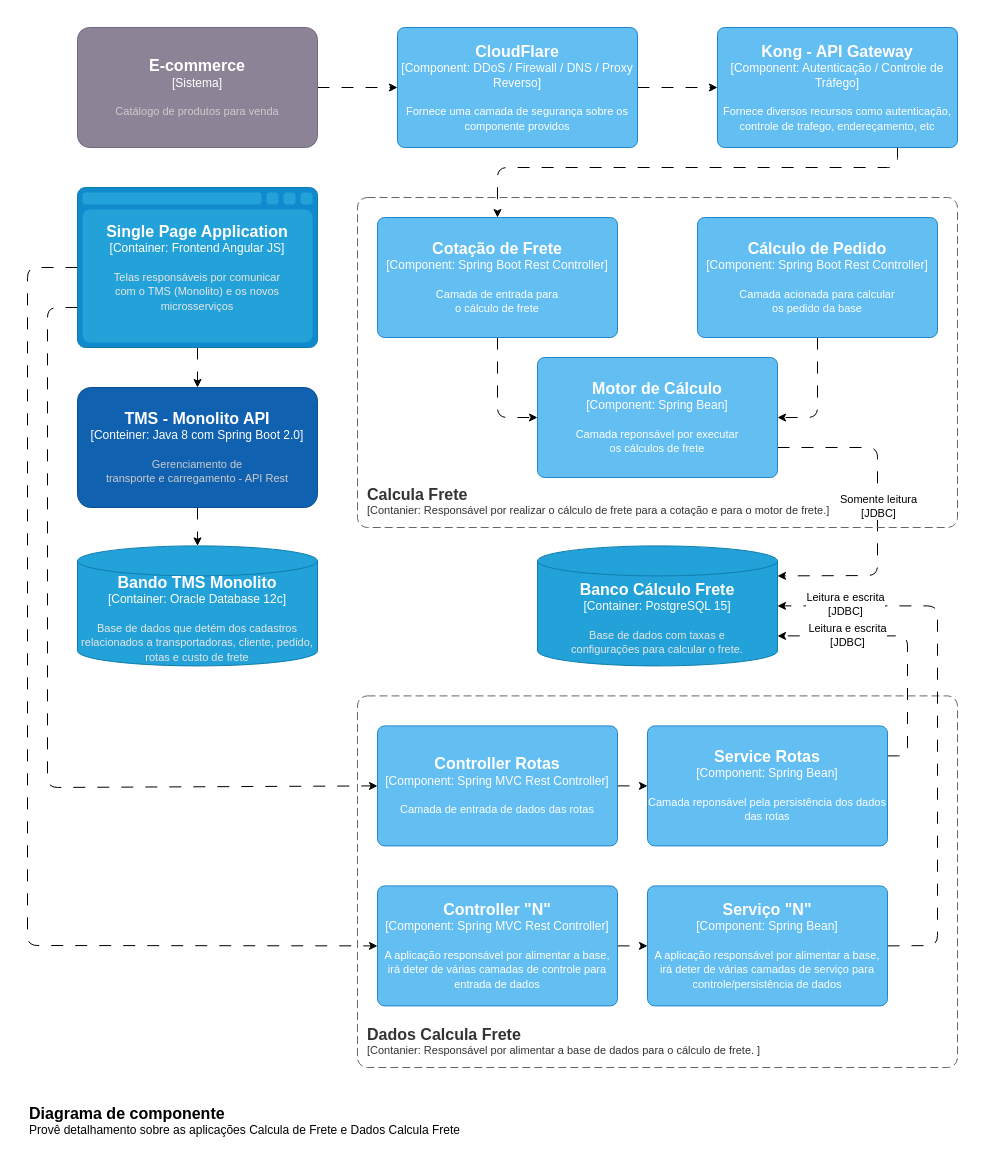
Earlier version of the draw.io diagram diagramas/component.drawio (EdiPSilva/puc-minas-arquitetura-de-software). Source tidied: cells renumbered, new cells numbered last; positions are measured from the earlier drawing's top-left corner, leaving out a move shared by most shapes. Both pictures are drawn from the tidied source at 100%, with x=0, y=0 at pixel (17, 17).
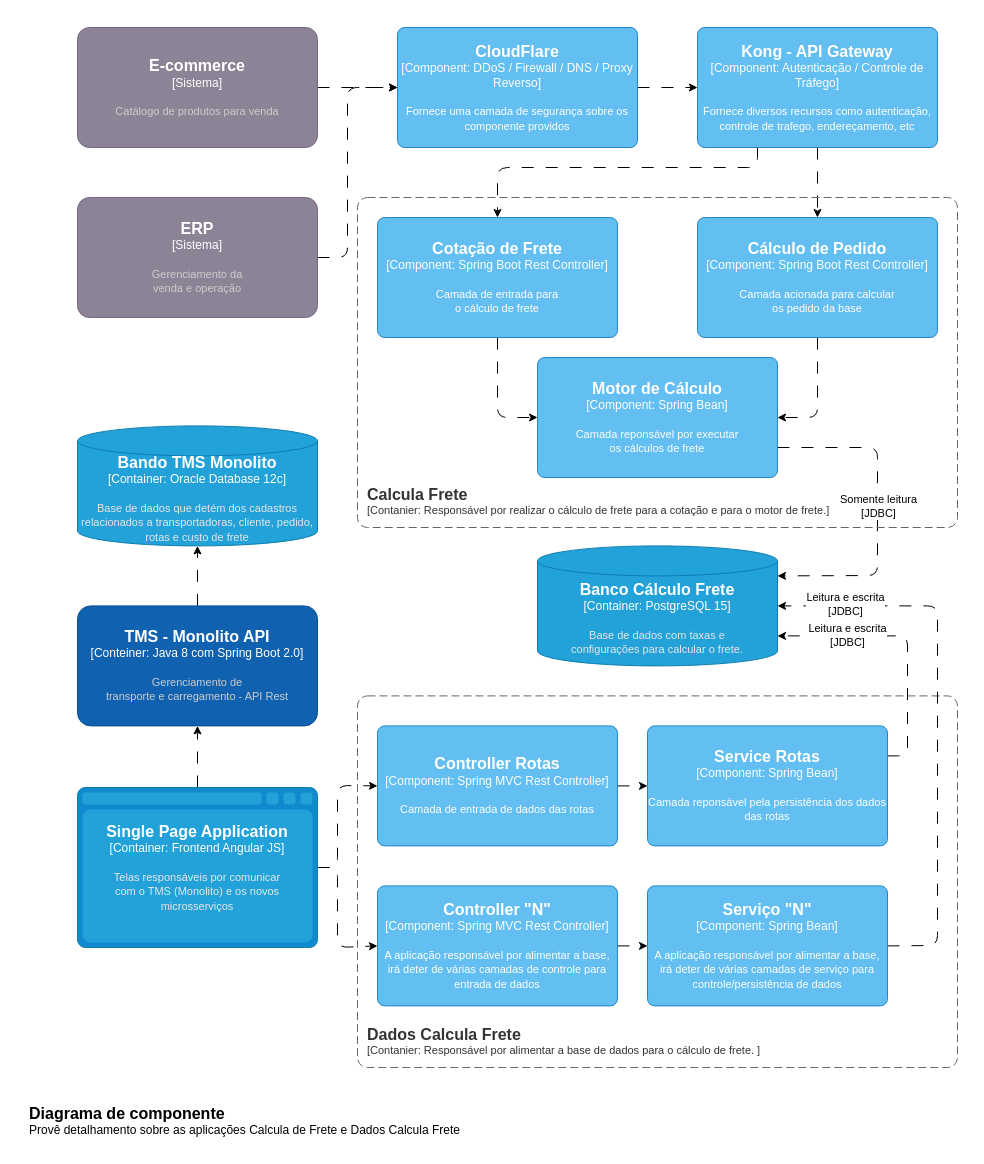
Above is the later version.

Commit message (it also covers changes not shown here):
revisando diagramas

Unchanged cells that the change refers to:
```xml
<object id="4" label="&lt;font style=&quot;font-size: 16px&quot;&gt;&lt;b&gt;%c4Name%&lt;/b&gt;&lt;/font&gt;&lt;div&gt;[%c4Type%: %c4Technology%]&lt;/div&gt;&lt;br&gt;&lt;div&gt;&lt;font style=&quot;font-size: 11px&quot;&gt;%c4Description%&lt;/font&gt;&lt;/div&gt;" c4Description="Fornece uma camada de segurança sobre os componente providos" c4Name="CloudFlare" c4Technology="DDoS / Firewall / DNS / Proxy Reverso" c4Type="Component" placeholders="1">
  <mxCell style="rounded=1;whiteSpace=wrap;html=1;labelBackgroundColor=none;fillColor=#63BEF2;fontColor=#ffffff;align=center;arcSize=6;strokeColor=#2086C9;points=[[0.25,0,0],[0.5,0,0],[0.75,0,0],[1,0.25,0],[1,0.5,0],[1,0.75,0],[0.75,1,0],[0.5,1,0],[0.25,1,0],[0,0.75,0],[0,0.5,0],[0,0.25,0]];" parent="1" vertex="1">
    <mxGeometry x="380" y="10" width="240" height="120" as="geometry" />
  </mxCell>
</object>
<object id="18" label="&lt;font style=&quot;font-size: 16px&quot;&gt;&lt;b&gt;%c4Name%&lt;/b&gt;&lt;/font&gt;&lt;div&gt;[%c4Type%: %c4Technology%]&lt;/div&gt;&lt;br&gt;&lt;div&gt;&lt;font style=&quot;font-size: 11px&quot;&gt;%c4Description%&lt;/font&gt;&lt;/div&gt;" c4Description="Camada de entrada para&#10;o cálculo de frete" c4Name="Cotação de Frete" c4Technology="Spring Boot Rest Controller" c4Type="Component" placeholders="1">
  <mxCell style="rounded=1;whiteSpace=wrap;html=1;labelBackgroundColor=none;fillColor=#63BEF2;fontColor=#ffffff;align=center;arcSize=6;strokeColor=#2086C9;points=[[0.25,0,0],[0.5,0,0],[0.75,0,0],[1,0.25,0],[1,0.5,0],[1,0.75,0],[0.75,1,0],[0.5,1,0],[0.25,1,0],[0,0.75,0],[0,0.5,0],[0,0.25,0]];" parent="1" vertex="1">
    <mxGeometry x="360" y="200" width="240" height="120" as="geometry" />
  </mxCell>
</object>
<object id="20" label="&lt;font style=&quot;font-size: 16px&quot;&gt;&lt;b&gt;%c4Name%&lt;/b&gt;&lt;/font&gt;&lt;div&gt;[%c4Type%: %c4Technology%]&lt;/div&gt;&lt;br&gt;&lt;div&gt;&lt;font style=&quot;font-size: 11px&quot;&gt;%c4Description%&lt;/font&gt;&lt;/div&gt;" c4Description="Camada acionada para calcular&#10;os pedido da base" c4Name="Cálculo de Pedido" c4Technology="Spring Boot Rest Controller" c4Type="Component" placeholders="1">
  <mxCell style="rounded=1;whiteSpace=wrap;html=1;labelBackgroundColor=none;fillColor=#63BEF2;fontColor=#ffffff;align=center;arcSize=6;strokeColor=#2086C9;points=[[0.25,0,0],[0.5,0,0],[0.75,0,0],[1,0.25,0],[1,0.5,0],[1,0.75,0],[0.75,1,0],[0.5,1,0],[0.25,1,0],[0,0.75,0],[0,0.5,0],[0,0.25,0]];" parent="1" vertex="1">
    <mxGeometry x="680" y="200" width="240" height="120" as="geometry" />
  </mxCell>
</object>
<object id="26" label="&lt;font style=&quot;font-size: 16px&quot;&gt;&lt;b&gt;%c4Name%&lt;/b&gt;&lt;/font&gt;&lt;div&gt;[%c4Type%: %c4Technology%]&lt;/div&gt;&lt;br&gt;&lt;div&gt;&lt;font style=&quot;font-size: 11px&quot;&gt;%c4Description%&lt;/font&gt;&lt;/div&gt;" c4Description="Camada de entrada de dados das rotas" c4Name="Controller Rotas" c4Technology="Spring MVC Rest Controller" c4Type="Component" placeholders="1">
  <mxCell style="rounded=1;whiteSpace=wrap;html=1;labelBackgroundColor=none;fillColor=#63BEF2;fontColor=#ffffff;align=center;arcSize=6;strokeColor=#2086C9;points=[[0.25,0,0],[0.5,0,0],[0.75,0,0],[1,0.25,0],[1,0.5,0],[1,0.75,0],[0.75,1,0],[0.5,1,0],[0.25,1,0],[0,0.75,0],[0,0.5,0],[0,0.25,0]];" parent="1" vertex="1">
    <mxGeometry x="360" y="708.4" width="240" height="120" as="geometry" />
  </mxCell>
</object>
<object id="31" label="&lt;font style=&quot;font-size: 16px&quot;&gt;&lt;b&gt;%c4Name%&lt;/b&gt;&lt;/font&gt;&lt;div&gt;[%c4Type%: %c4Technology%]&lt;/div&gt;&lt;br&gt;&lt;div&gt;&lt;font style=&quot;font-size: 11px&quot;&gt;%c4Description%&lt;/font&gt;&lt;/div&gt;" c4Description="A aplicação responsável por alimentar a base, irá deter de várias camadas de controle para entrada de dados" c4Name="Controller &quot;N&quot;" c4Technology="Spring MVC Rest Controller" c4Type="Component" placeholders="1">
  <mxCell style="rounded=1;whiteSpace=wrap;html=1;labelBackgroundColor=none;fillColor=#63BEF2;fontColor=#ffffff;align=center;arcSize=6;strokeColor=#2086C9;points=[[0.25,0,0],[0.5,0,0],[0.75,0,0],[1,0.25,0],[1,0.5,0],[1,0.75,0],[0.75,1,0],[0.5,1,0],[0.25,1,0],[0,0.75,0],[0,0.5,0],[0,0.25,0]];" parent="1" vertex="1">
    <mxGeometry x="360" y="868.4" width="240" height="120" as="geometry" />
  </mxCell>
</object>
```

Change to the diagram source:
```diff
@@
-    <mxCell id="5" style="edgeStyle=none;html=1;dashed=1;dashPattern=12 12;exitX=0.75;exitY=1;exitDx=0;exitDy=0;exitPerimeter=0;entryX=0.5;entryY=0;entryDx=0;entryDy=0;entryPerimeter=0;strokeColor=#000000;" parent="1" edge="1" source="6" target="18">
+    <mxCell id="5" style="edgeStyle=none;html=1;dashed=1;dashPattern=12 12;exitX=0.25;exitY=1;exitDx=0;exitDy=0;exitPerimeter=0;entryX=0.5;entryY=0;entryDx=0;entryDy=0;entryPerimeter=0;strokeColor=#000000;" parent="1" edge="1" source="6" target="18">
       <mxGeometry relative="1" as="geometry">
         <Array as="points">
-          <mxPoint x="880" y="150" />
+          <mxPoint x="740" y="150" />
           <mxPoint x="480" y="150" />
         </Array>
       </mxGeometry>
     </mxCell>
+    <mxCell id="36" style="edgeStyle=none;html=1;entryX=0.5;entryY=0;entryDx=0;entryDy=0;entryPerimeter=0;dashed=1;dashPattern=12 12;strokeColor=#000000;" parent="1" edge="1" source="6" target="20">
+      <mxGeometry relative="1" as="geometry" />
+    </mxCell>
     <object id="6" label="&lt;font style=&quot;font-size: 16px&quot;&gt;&lt;b&gt;%c4Name%&lt;/b&gt;&lt;/font&gt;&lt;div&gt;[%c4Type%: %c4Technology%]&lt;/div&gt;&lt;br&gt;&lt;div&gt;&lt;font style=&quot;font-size: 11px&quot;&gt;%c4Description%&lt;/font&gt;&lt;/div&gt;" c4Description="Fornece diversos recursos como autenticação, controle de trafego, endereçamento, etc" c4Name="Kong - API Gateway" c4Technology="Autenticação / Controle de Tráfego" c4Type="Component" placeholders="1">
       <mxCell style="rounded=1;whiteSpace=wrap;html=1;labelBackgroundColor=none;fillColor=#63BEF2;fontColor=#ffffff;align=center;arcSize=6;strokeColor=#2086C9;points=[[0.25,0,0],[0.5,0,0],[0.75,0,0],[1,0.25,0],[1,0.5,0],[1,0.75,0],[0.75,1,0],[0.5,1,0],[0.25,1,0],[0,0.75,0],[0,0.5,0],[0,0.25,0]];" parent="1" vertex="1">
-        <mxGeometry x="700" y="10" width="240" height="120" as="geometry" />
+        <mxGeometry x="680" y="10" width="240" height="120" as="geometry" />
       </mxCell>
     </object>
@@
-    <mxCell id="10" style="edgeStyle=none;html=1;dashed=1;dashPattern=12 12;strokeColor=#000000;" parent="1" edge="1" source="11" target="12">
+    <mxCell id="10" style="edgeStyle=none;html=1;dashed=1;dashPattern=12 12;strokeColor=#000000;entryX=0.5;entryY=1;entryDx=0;entryDy=0;entryPerimeter=0;" parent="1" edge="1" source="11" target="12">
       <mxGeometry relative="1" as="geometry" />
     </mxCell>
     <object id="11" label="&lt;font style=&quot;font-size: 16px&quot;&gt;&lt;b&gt;%c4Name%&lt;/b&gt;&lt;/font&gt;&lt;div&gt;[%c4Type%]&lt;/div&gt;&lt;br&gt;&lt;div&gt;&lt;font style=&quot;font-size: 11px&quot;&gt;&lt;font color=&quot;#cccccc&quot;&gt;%c4Description%&lt;/font&gt;&lt;/div&gt;" c4Description="Gerenciamento de&#10;transporte e carregamento - API Rest" c4Name="TMS - Monolito API" c4Type="Conteiner: Java 8 com Spring Boot 2.0" placeholders="1">
       <mxCell style="rounded=1;whiteSpace=wrap;html=1;labelBackgroundColor=none;fillColor=#1061B0;fontColor=#ffffff;align=center;arcSize=11;strokeColor=#0D5091;points=[[0.25,0,0],[0.5,0,0],[0.75,0,0],[1,0.25,0],[1,0.5,0],[1,0.75,0],[0.75,1,0],[0.5,1,0],[0.25,1,0],[0,0.75,0],[0,0.5,0],[0,0.25,0]];" parent="1" vertex="1">
-        <mxGeometry x="60" y="370" width="240" height="120" as="geometry" />
+        <mxGeometry x="60" y="588.4" width="240" height="120" as="geometry" />
       </mxCell>
     </object>
     <object id="12" label="&lt;font style=&quot;font-size: 16px&quot;&gt;&lt;b&gt;%c4Type%&lt;/b&gt;&lt;/font&gt;&lt;div&gt;[%c4Container%:&amp;nbsp;%c4Technology%]&lt;/div&gt;&lt;br&gt;&lt;div&gt;&lt;font style=&quot;font-size: 11px&quot;&gt;&lt;font color=&quot;#E6E6E6&quot;&gt;%c4Description%&lt;/font&gt;&lt;/div&gt;" c4Container="Container" c4Description="Base de dados que detém dos cadastros relacionados a transportadoras, cliente, pedido, rotas e custo de frete" c4Technology="Oracle Database 12c" c4Type="Bando TMS Monolito" placeholders="1">
       <mxCell style="shape=cylinder3;size=15;whiteSpace=wrap;html=1;boundedLbl=1;rounded=0;labelBackgroundColor=none;fillColor=#23A2D9;fontSize=12;fontColor=#ffffff;align=center;strokeColor=#0E7DAD;points=[[0.5,0,0],[1,0.25,0],[1,0.5,0],[1,0.75,0],[0.5,1,0],[0,0.75,0],[0,0.5,0],[0,0.25,0]];" parent="1" vertex="1">
-        <mxGeometry x="60" y="528.4" width="240" height="120" as="geometry" />
+        <mxGeometry x="60" y="408.4" width="240" height="120" as="geometry" />
       </mxCell>
     </object>
-    <mxCell id="13" style="edgeStyle=none;html=1;entryX=0.5;entryY=0;entryDx=0;entryDy=0;entryPerimeter=0;dashed=1;dashPattern=12 12;" parent="1" edge="1" source="16" target="11">
+    <mxCell id="13" style="edgeStyle=none;html=1;entryX=0.5;entryY=1;entryDx=0;entryDy=0;entryPerimeter=0;dashed=1;dashPattern=12 12;strokeColor=#000000;exitX=0.5;exitY=0;exitDx=0;exitDy=0;exitPerimeter=0;" parent="1" edge="1" source="16" target="11">
       <mxGeometry relative="1" as="geometry" />
     </mxCell>
-    <mxCell id="14" style="edgeStyle=none;html=1;exitX=0;exitY=0.75;exitDx=0;exitDy=0;exitPerimeter=0;entryX=0;entryY=0.5;entryDx=0;entryDy=0;entryPerimeter=0;dashed=1;dashPattern=12 12;strokeColor=#000000;" parent="1" edge="1" source="16" target="26">
+    <mxCell id="14" style="edgeStyle=none;html=1;entryX=0;entryY=0.5;entryDx=0;entryDy=0;entryPerimeter=0;strokeColor=#000000;exitX=1;exitY=0.5;exitDx=0;exitDy=0;exitPerimeter=0;dashed=1;dashPattern=12 12;" parent="1" edge="1" source="16" target="26">
       <mxGeometry relative="1" as="geometry">
         <Array as="points">
-          <mxPoint x="30" y="290" />
-          <mxPoint x="30" y="770" />
+          <mxPoint x="320" y="850" />
+          <mxPoint x="320" y="768" />
         </Array>
       </mxGeometry>
     </mxCell>
-    <mxCell id="15" style="edgeStyle=none;html=1;entryX=0;entryY=0.5;entryDx=0;entryDy=0;entryPerimeter=0;dashed=1;dashPattern=12 12;strokeColor=#000000;" parent="1" edge="1" source="16" target="31">
+    <mxCell id="15" style="edgeStyle=none;html=1;entryX=0;entryY=0.5;entryDx=0;entryDy=0;entryPerimeter=0;strokeColor=#000000;exitX=1;exitY=0.5;exitDx=0;exitDy=0;exitPerimeter=0;dashed=1;dashPattern=12 12;" parent="1" edge="1" source="16" target="31">
       <mxGeometry relative="1" as="geometry">
         <Array as="points">
-          <mxPoint x="10" y="250" />
-          <mxPoint x="10" y="928" />
+          <mxPoint x="320" y="850" />
+          <mxPoint x="320" y="930" />
         </Array>
       </mxGeometry>
     </mxCell>
     <object id="16" label="&lt;font style=&quot;font-size: 16px&quot;&gt;&lt;b&gt;%c4Type%&lt;/b&gt;&lt;/font&gt;&lt;div&gt;[%c4Container%:&amp;nbsp;%c4Technology%]&lt;/div&gt;&lt;br&gt;&lt;div&gt;&lt;font style=&quot;font-size: 11px&quot;&gt;&lt;font color=&quot;#E6E6E6&quot;&gt;%c4Description%&lt;/font&gt;&lt;/div&gt;" c4Container="Container" c4Description="Telas responsáveis por comunicar&#10;com o TMS (Monolito) e os novos microsserviços" c4Technology="Frontend Angular JS" c4Type="Single Page Application" placeholders="1">
       <mxCell style="shape=mxgraph.c4.webBrowserContainer2;whiteSpace=wrap;html=1;boundedLbl=1;rounded=0;labelBackgroundColor=none;strokeColor=#118ACD;fillColor=#23A2D9;strokeColor=#118ACD;strokeColor2=#0E7DAD;fontSize=12;fontColor=#ffffff;align=center;points=[[0.5,0,0],[1,0.25,0],[1,0.5,0],[1,0.75,0],[0.5,1,0],[0,0.75,0],[0,0.5,0],[0,0.25,0]];" parent="1" vertex="1">
-        <mxGeometry x="60" y="170" width="240" height="160" as="geometry" />
+        <mxGeometry x="60" y="770" width="240" height="160" as="geometry" />
       </mxCell>
     </object>
@@
+    <mxCell id="37" style="edgeStyle=none;html=1;entryX=0;entryY=0.5;entryDx=0;entryDy=0;entryPerimeter=0;dashed=1;dashPattern=12 12;strokeColor=#000000;exitX=1;exitY=0.5;exitDx=0;exitDy=0;exitPerimeter=0;" parent="1" edge="1" source="38" target="4">
+      <mxGeometry relative="1" as="geometry">
+        <Array as="points">
+          <mxPoint x="330" y="240" />
+          <mxPoint x="330" y="70" />
+        </Array>
+      </mxGeometry>
+    </mxCell>
+    <object id="38" label="&lt;font style=&quot;font-size: 16px&quot;&gt;&lt;b&gt;%c4Name%&lt;/b&gt;&lt;/font&gt;&lt;div&gt;[%c4Type%]&lt;/div&gt;&lt;br&gt;&lt;div&gt;&lt;font style=&quot;font-size: 11px&quot;&gt;&lt;font color=&quot;#cccccc&quot;&gt;%c4Description%&lt;/font&gt;&lt;/div&gt;" c4Description="Gerenciamento da&#10;venda e operação" c4Name="ERP" c4Type="Sistema" placeholders="1">
+      <mxCell style="rounded=1;whiteSpace=wrap;html=1;labelBackgroundColor=none;fillColor=#8C8496;fontColor=#ffffff;align=center;arcSize=10;strokeColor=#736782;points=[[0.25,0,0],[0.5,0,0],[0.75,0,0],[1,0.25,0],[1,0.5,0],[1,0.75,0],[0.75,1,0],[0.5,1,0],[0.25,1,0],[0,0.75,0],[0,0.5,0],[0,0.25,0]];" parent="1" vertex="1">
+        <mxGeometry x="60" y="180" width="240" height="120" as="geometry" />
+      </mxCell>
+    </object>
```
